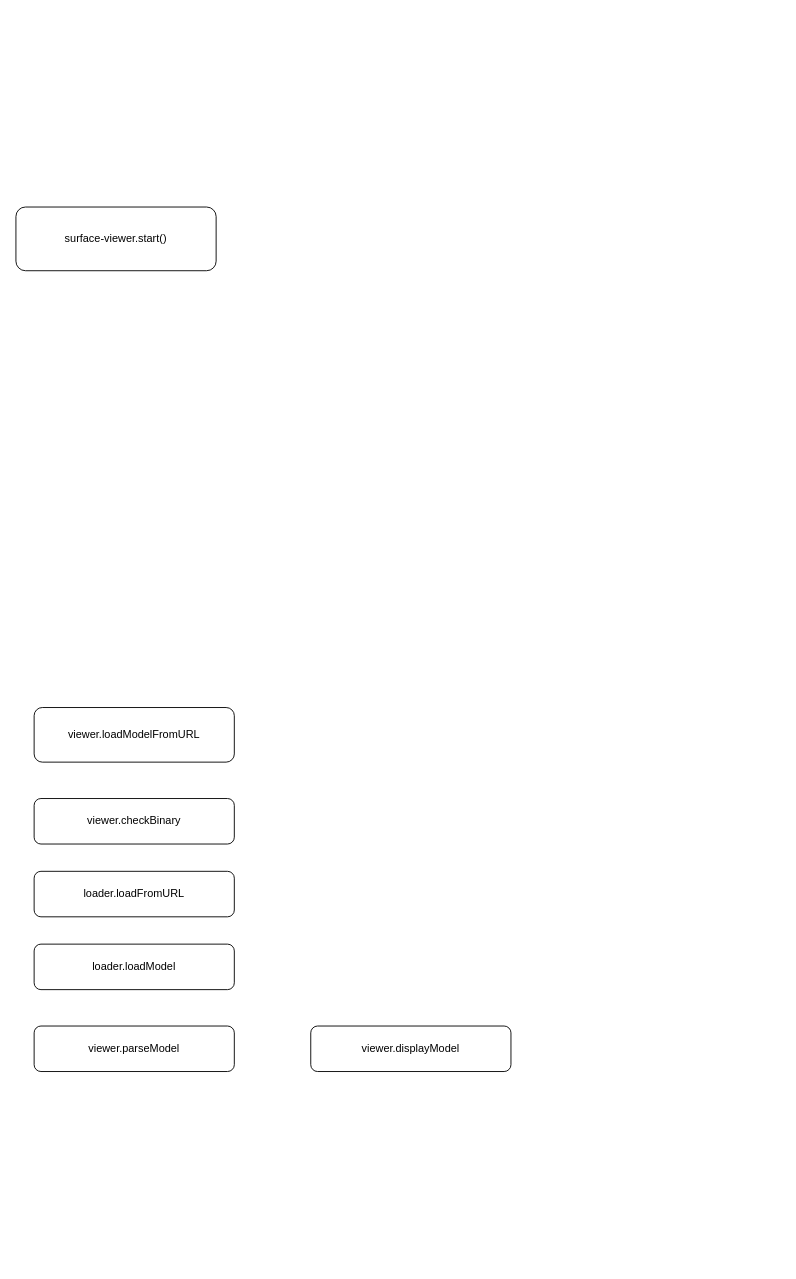
This is brainbrowser.drawio from oraclexudehua/MushinyComponent, a draw.io file, before an edit. Source tidied: cells renumbered, new cells numbered last; positions are measured from the earlier drawing's top-left corner, leaving out a move shared by most shapes. Both pictures are drawn from the tidied source at 91%, with x=0, y=0 at pixel (15, 207).
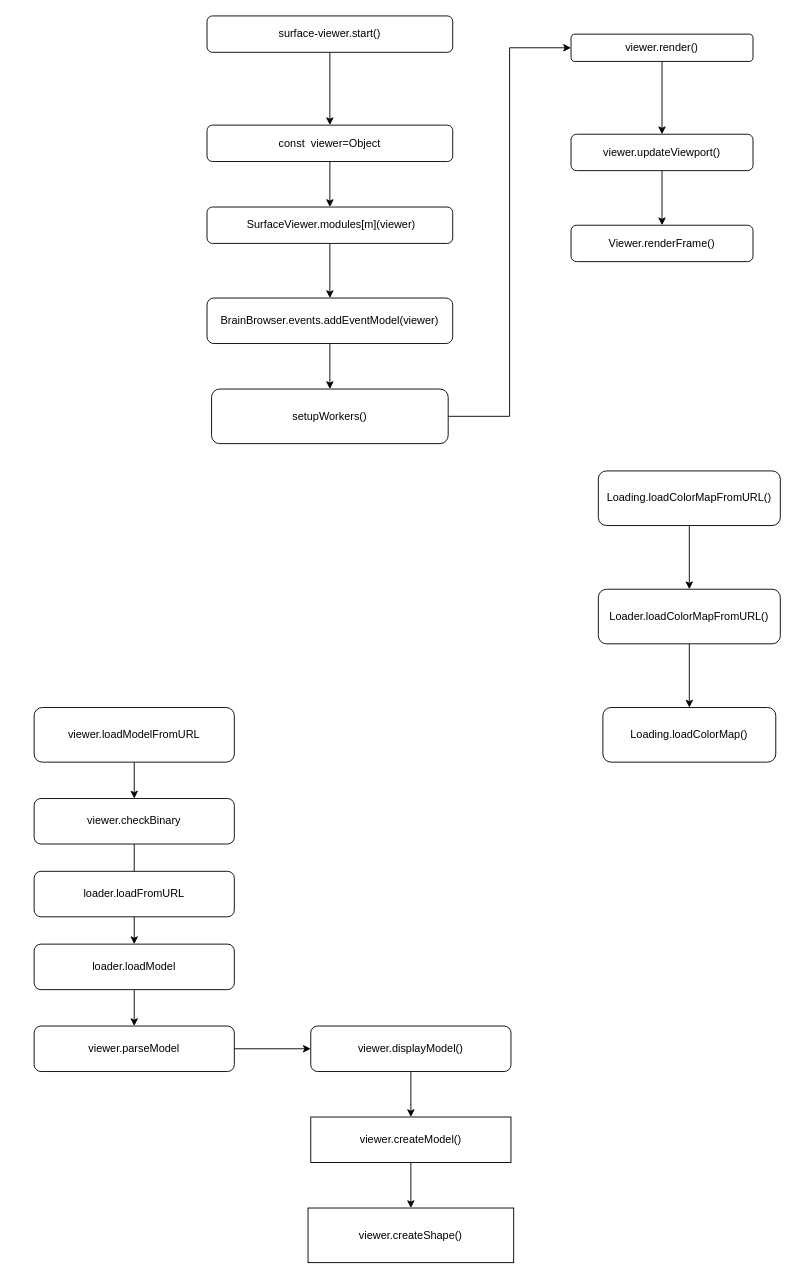
After the change.

Unchanged cells that the change refers to:
```xml
<mxCell id="2" value="viewer.loadModelFromURL" style="rounded=1;whiteSpace=wrap;html=1;" parent="1" vertex="1">
  <mxGeometry x="20" y="550" width="220" height="60" as="geometry" />
</mxCell>
<mxCell id="3" value="viewer.checkBinary" style="rounded=1;whiteSpace=wrap;html=1;" parent="1" vertex="1">
  <mxGeometry x="20" y="650" width="220" height="50" as="geometry" />
</mxCell>
<mxCell id="5" value="loader.loadModel" style="rounded=1;whiteSpace=wrap;html=1;" parent="1" vertex="1">
  <mxGeometry x="20" y="810" width="220" height="50" as="geometry" />
</mxCell>
<mxCell id="6" value="viewer.parseModel" style="rounded=1;whiteSpace=wrap;html=1;" parent="1" vertex="1">
  <mxGeometry x="20" y="900" width="220" height="50" as="geometry" />
</mxCell>
```

Diff of the diagram source:
```diff
@@
+    <mxCell id="9" style="edgeStyle=orthogonalEdgeStyle;rounded=0;jettySize=auto;html=1;" parent="1" edge="1" source="8" target="11">
+      <mxGeometry relative="1" as="geometry" />
+    </mxCell>
+    <mxCell id="8" value="surface-viewer.start()" style="rounded=1;whiteSpace=wrap;html=1;" parent="1" vertex="1">
+      <mxGeometry x="210" y="-210" width="270" height="40" as="geometry" />
+    </mxCell>
+    <mxCell id="10" style="edgeStyle=orthogonalEdgeStyle;rounded=0;jettySize=auto;html=1;" parent="1" edge="1" source="11" target="13">
+      <mxGeometry relative="1" as="geometry" />
+    </mxCell>
+    <mxCell id="11" value="const&amp;nbsp;&amp;nbsp;viewer=Object" style="rounded=1;whiteSpace=wrap;html=1;" parent="1" vertex="1">
+      <mxGeometry x="210" y="-90" width="270" height="40" as="geometry" />
+    </mxCell>
+    <mxCell id="12" style="edgeStyle=orthogonalEdgeStyle;rounded=0;jettySize=auto;html=1;" parent="1" edge="1" source="13" target="15">
+      <mxGeometry relative="1" as="geometry" />
+    </mxCell>
+    <mxCell id="13" value="&amp;nbsp;SurfaceViewer.modules[m](viewer)" style="rounded=1;whiteSpace=wrap;html=1;" parent="1" vertex="1">
+      <mxGeometry x="210" width="270" height="40" as="geometry" />
+    </mxCell>
+    <mxCell id="14" style="edgeStyle=orthogonalEdgeStyle;rounded=0;jettySize=auto;html=1;" parent="1" edge="1" source="15" target="17">
+      <mxGeometry relative="1" as="geometry" />
+    </mxCell>
+    <mxCell id="15" value="BrainBrowser.events.addEventModel(viewer)" style="rounded=1;whiteSpace=wrap;html=1;" parent="1" vertex="1">
+      <mxGeometry x="210" y="100" width="270" height="50" as="geometry" />
+    </mxCell>
+    <mxCell id="16" style="edgeStyle=orthogonalEdgeStyle;rounded=0;jettySize=auto;html=1;entryX=0;entryY=0.5;entryDx=0;entryDy=0;" parent="1" edge="1" source="17" target="19">
+      <mxGeometry relative="1" as="geometry" />
+    </mxCell>
+    <mxCell id="17" value="setupWorkers()" style="rounded=1;whiteSpace=wrap;html=1;" parent="1" vertex="1">
+      <mxGeometry x="215" y="200" width="260" height="60" as="geometry" />
+    </mxCell>
+    <mxCell id="18" style="edgeStyle=orthogonalEdgeStyle;rounded=0;jettySize=auto;html=1;" parent="1" edge="1" source="19" target="21">
+      <mxGeometry relative="1" as="geometry" />
+    </mxCell>
+    <mxCell id="19" value="viewer.render()" style="rounded=1;whiteSpace=wrap;html=1;" parent="1" vertex="1">
+      <mxGeometry x="610" y="-190" width="200" height="30" as="geometry" />
+    </mxCell>
+    <mxCell id="20" style="edgeStyle=orthogonalEdgeStyle;rounded=0;jettySize=auto;html=1;" parent="1" edge="1" source="21" target="22">
+      <mxGeometry relative="1" as="geometry" />
+    </mxCell>
+    <mxCell id="21" value="viewer.updateViewport()" style="rounded=1;whiteSpace=wrap;html=1;" parent="1" vertex="1">
+      <mxGeometry x="610" y="-80" width="200" height="40" as="geometry" />
+    </mxCell>
+    <mxCell id="22" value="Viewer.renderFrame()" style="rounded=1;whiteSpace=wrap;html=1;" parent="1" vertex="1">
+      <mxGeometry x="610" y="20" width="200" height="40" as="geometry" />
+    </mxCell>
+    <mxCell id="23" style="edgeStyle=orthogonalEdgeStyle;rounded=0;jettySize=auto;html=1;" parent="1" edge="1" source="24" target="26">
+      <mxGeometry relative="1" as="geometry" />
+    </mxCell>
+    <mxCell id="24" value="Loading.loadColorMapFromURL()" style="rounded=1;whiteSpace=wrap;html=1;" parent="1" vertex="1">
+      <mxGeometry x="640" y="290" width="200" height="60" as="geometry" />
+    </mxCell>
+    <mxCell id="25" style="edgeStyle=orthogonalEdgeStyle;rounded=0;jettySize=auto;html=1;" parent="1" edge="1" source="26" target="27">
+      <mxGeometry relative="1" as="geometry" />
+    </mxCell>
+    <mxCell id="26" value="Loader.loadColorMapFromURL()" style="rounded=1;whiteSpace=wrap;html=1;" parent="1" vertex="1">
+      <mxGeometry x="640" y="420" width="200" height="60" as="geometry" />
+    </mxCell>
+    <mxCell id="27" value="Loading.loadColorMap()" style="rounded=1;whiteSpace=wrap;html=1;" parent="1" vertex="1">
+      <mxGeometry x="645" y="550" width="190" height="60" as="geometry" />
+    </mxCell>
+    <mxCell id="28" style="edgeStyle=orthogonalEdgeStyle;rounded=0;jettySize=auto;html=1;" parent="1" edge="1" source="2" target="3">
+      <mxGeometry relative="1" as="geometry" />
+    </mxCell>
@@
+    <mxCell id="29" style="edgeStyle=orthogonalEdgeStyle;rounded=0;jettySize=auto;html=1;" parent="1" edge="1" source="3" target="5">
+      <mxGeometry relative="1" as="geometry" />
+    </mxCell>
@@
+    <mxCell id="30" style="edgeStyle=orthogonalEdgeStyle;rounded=0;jettySize=auto;html=1;" parent="1" edge="1" source="5" target="6">
+      <mxGeometry relative="1" as="geometry" />
+    </mxCell>
@@
+    <mxCell id="31" style="edgeStyle=orthogonalEdgeStyle;rounded=0;jettySize=auto;html=1;" parent="1" edge="1" source="6" target="7">
+      <mxGeometry relative="1" as="geometry" />
+    </mxCell>
@@
+    <mxCell id="32" style="edgeStyle=orthogonalEdgeStyle;rounded=0;jettySize=auto;html=1;" parent="1" edge="1" source="7" target="34">
+      <mxGeometry relative="1" as="geometry" />
+    </mxCell>
-    <mxCell id="7" value="viewer.displayModel" style="rounded=1;whiteSpace=wrap;html=1;" parent="1" vertex="1">
+    <mxCell id="7" value="viewer.displayModel()" style="rounded=1;whiteSpace=wrap;html=1;" parent="1" vertex="1">
       <mxGeometry x="324" y="900" width="220" height="50" as="geometry" />
     </mxCell>
-    <mxCell id="8" value="surface-viewer.start()" style="rounded=1;whiteSpace=wrap;html=1;" parent="1" vertex="1">
-      <mxGeometry width="220" height="70" as="geometry" />
-    </mxCell>
+    <mxCell id="33" style="edgeStyle=orthogonalEdgeStyle;rounded=0;jettySize=auto;html=1;" parent="1" edge="1" source="34" target="35">
+      <mxGeometry relative="1" as="geometry" />
+    </mxCell>
+    <mxCell id="34" value="viewer.createModel()" style="rounded=2;whiteSpace=wrap;html=1;" parent="1" vertex="1">
+      <mxGeometry x="324" y="1000" width="220" height="50" as="geometry" />
+    </mxCell>
+    <mxCell id="35" value="viewer.createShape()" style="rounded=2;whiteSpace=wrap;html=1;" parent="1" vertex="1">
+      <mxGeometry x="321" y="1100" width="226" height="60" as="geometry" />
+    </mxCell>
```
